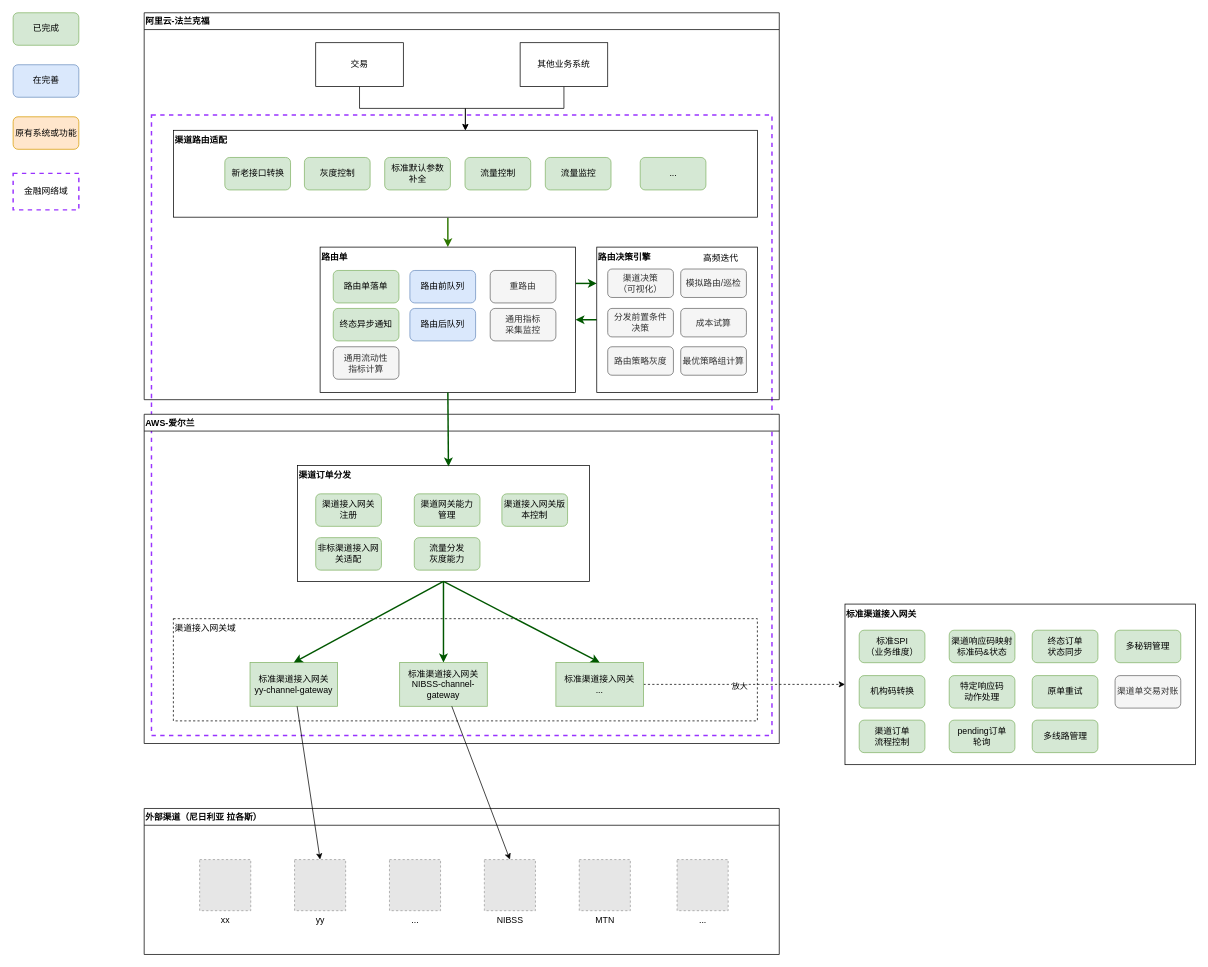
catface996/images keeps this draw.io diagram as 支付网络-技术架构.drawio. Above is the earlier version. Source tidied: cells renumbered, new cells numbered last; positions are measured from the earlier drawing's top-left corner, leaving out a move shared by most shapes. Both pictures are drawn from the tidied source at 73%, with x=0, y=0 at pixel (12, 12). Pictures stored in the file or linked from it are replaced by grey dashed boxes.
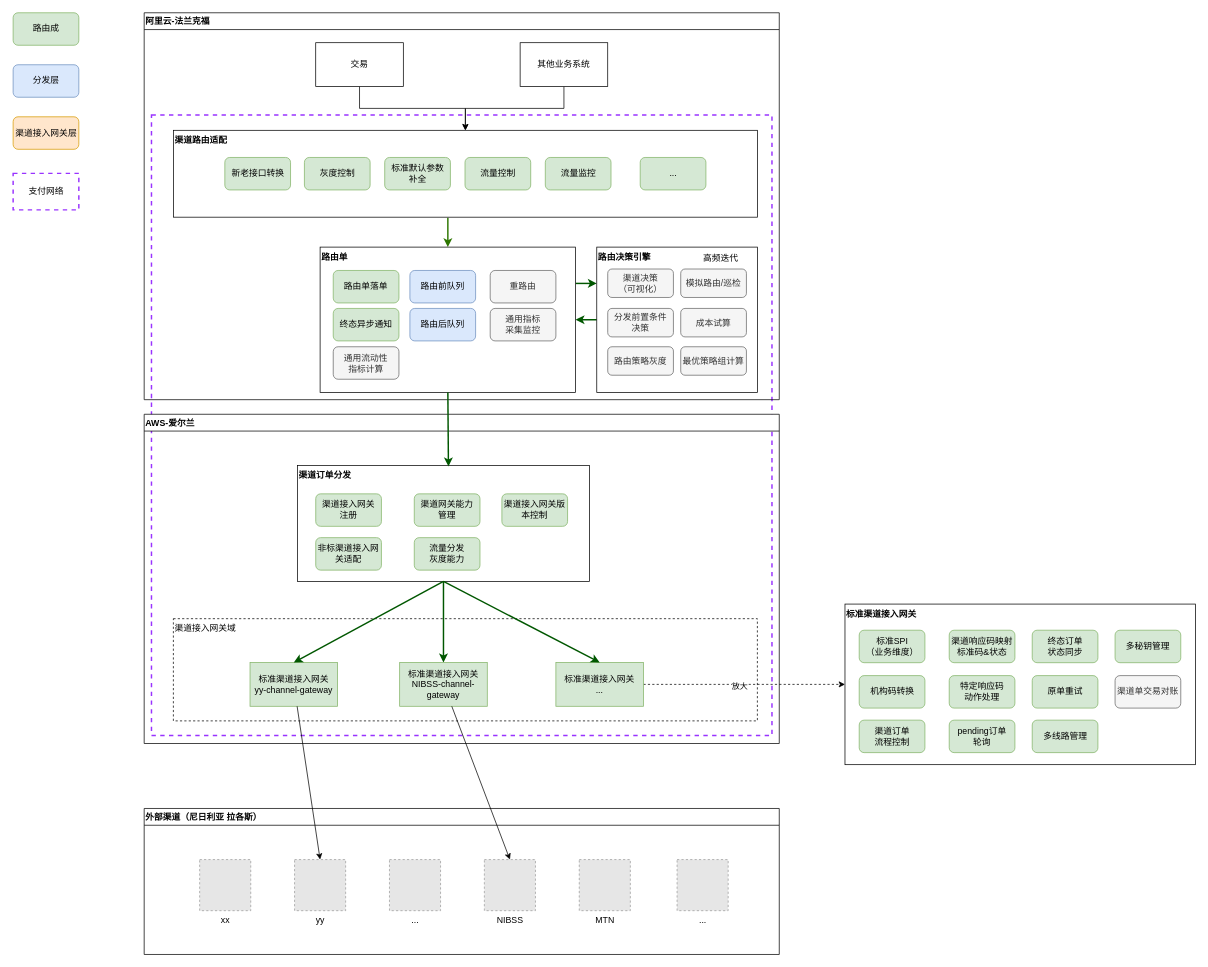
The same diagram, later.

Commit message (it also covers changes not shown here):
Update 支付网络-技术架构.drawio

Diff of the diagram source:
```diff
@@
-    <mxCell id="54" value="在完善" style="rounded=1;whiteSpace=wrap;html=1;fillColor=#dae8fc;strokeColor=#6c8ebf;" parent="1" vertex="1">
+    <mxCell id="54" value="分发层" style="rounded=1;whiteSpace=wrap;html=1;fillColor=#dae8fc;strokeColor=#6c8ebf;" parent="1" vertex="1">
       <mxGeometry x="0.5" y="71.2" width="90" height="44.5" as="geometry" />
     </mxCell>
-    <mxCell id="55" value="已完成" style="rounded=1;whiteSpace=wrap;html=1;fillColor=#d5e8d4;strokeColor=#82b366;" parent="1" vertex="1">
+    <mxCell id="55" value="路由成" style="rounded=1;whiteSpace=wrap;html=1;fillColor=#d5e8d4;strokeColor=#82b366;" parent="1" vertex="1">
       <mxGeometry x="0.5" width="90" height="44.5" as="geometry" />
     </mxCell>
-    <mxCell id="56" value="原有系统或功能" style="rounded=1;whiteSpace=wrap;html=1;fillColor=#ffe6cc;strokeColor=#d79b00;" parent="1" vertex="1">
+    <mxCell id="56" value="渠道接入网关层" style="rounded=1;whiteSpace=wrap;html=1;fillColor=#ffe6cc;strokeColor=#d79b00;" parent="1" vertex="1">
       <mxGeometry x="0.5" y="142.5" width="90" height="44.5" as="geometry" />
     </mxCell>
@@
-    <mxCell id="69" value="金融网络域" style="rounded=0;whiteSpace=wrap;html=1;dashed=1;strokeColor=#9933FF;strokeWidth=2;fillColor=none;" parent="1" vertex="1">
+    <mxCell id="69" value="支付网络" style="rounded=0;whiteSpace=wrap;html=1;dashed=1;strokeColor=#9933FF;strokeWidth=2;fillColor=none;" parent="1" vertex="1">
       <mxGeometry x="0.5" y="220" width="90" height="50" as="geometry" />
     </mxCell>
```
